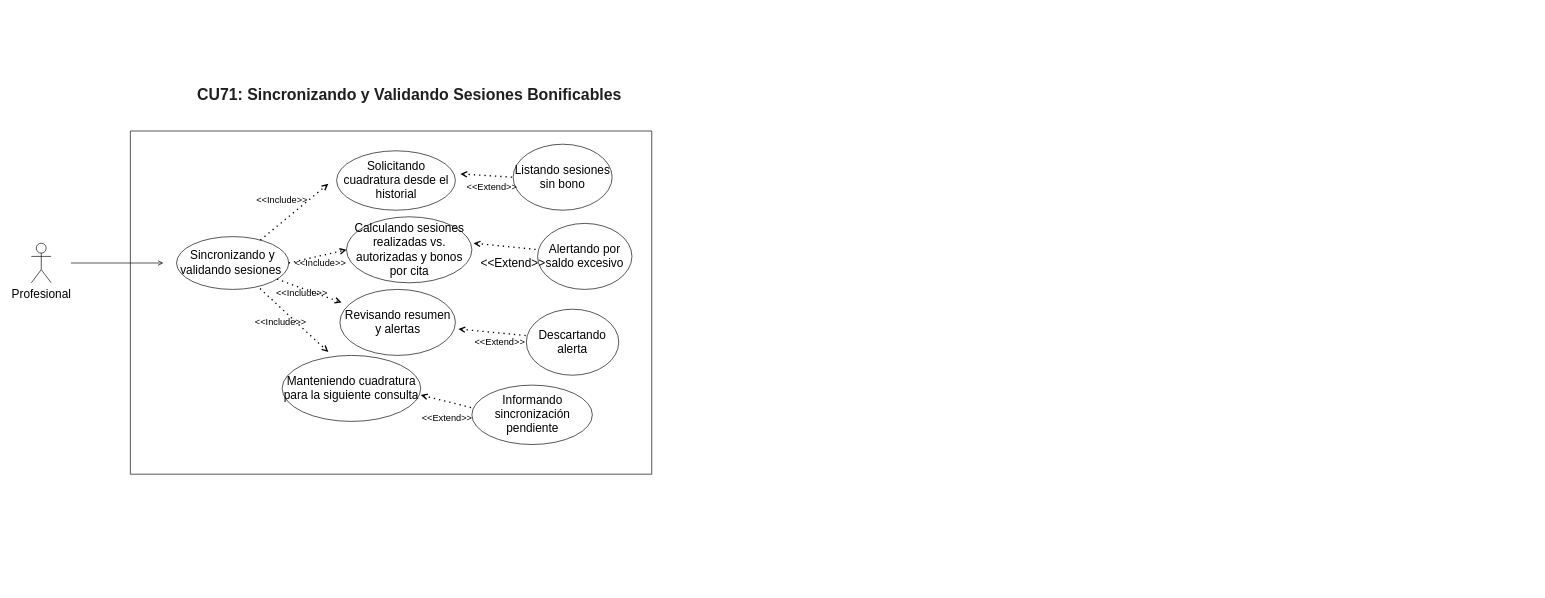
Earlier version of the draw.io diagram Documento 0/Diagramas de CU/CU71.drawio (souln4me/IDS_Documentacion_Grupo17). Source tidied: cells renumbered, new cells numbered last; positions are measured from the earlier drawing's top-left corner, leaving out a move shared by most shapes. Both pictures are drawn from the tidied source at 66%, with x=0, y=0 at pixel (31, 84).
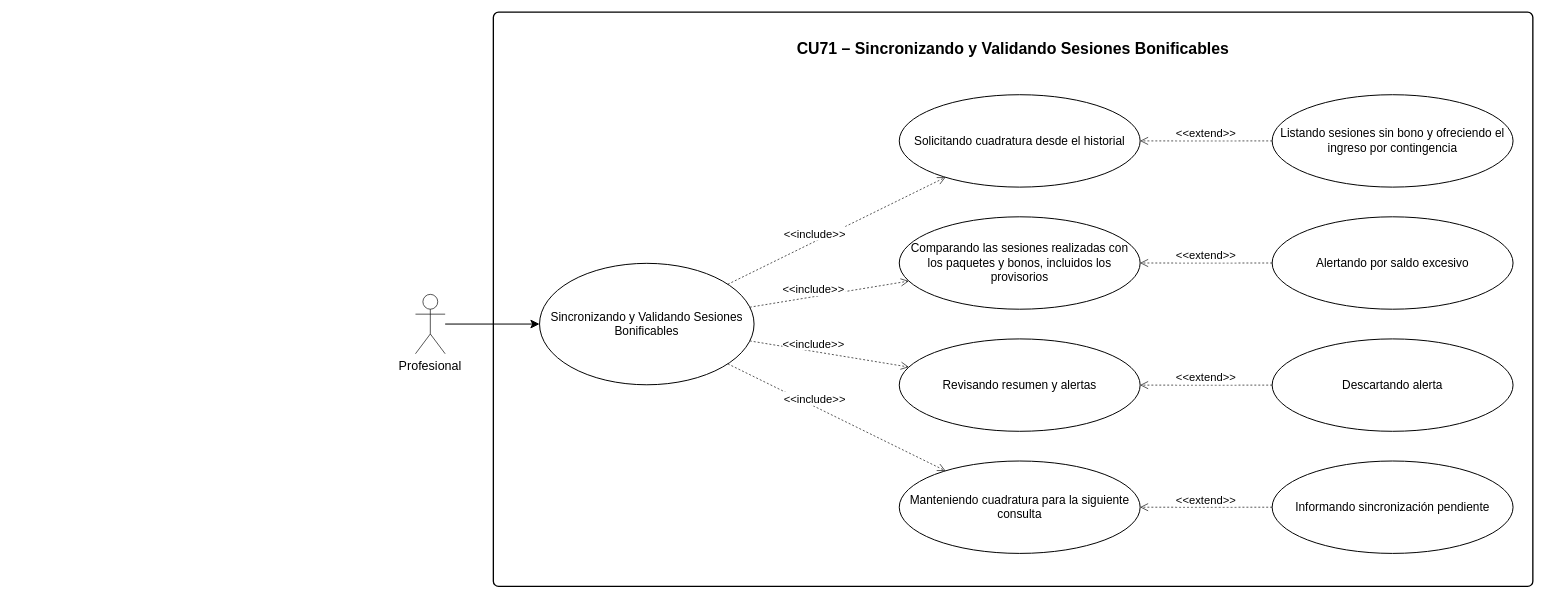
The same diagram, later.

Change to the diagram source:
```diff
@@
-<mxGraphModel>
+<mxGraphModel background="#ffffff">
@@
-    <mxCell id="2" value="&lt;span id=&quot;docs-internal-guid-180e6bc0-7fff-6f07-0175-798519edce1d&quot;&gt;&lt;span style=&quot;font-family: Arial, sans-serif; color: rgb(31, 31, 31); background-color: transparent; font-weight: 700; font-variant-numeric: normal; font-variant-east-asian: normal; font-variant-alternates: normal; font-variant-position: normal; font-variant-emoji: normal; vertical-align: baseline; white-space-collapse: preserve;&quot;&gt;&lt;font style=&quot;font-size: 24px;&quot;&gt;CU71: Sincronizando y Validando Sesiones Bonificables&lt;/font&gt;&lt;/span&gt;&lt;/span&gt;" style="text;html=1;whiteSpace=wrap;strokeColor=none;fillColor=none;align=center;verticalAlign=middle;rounded=0;" parent="1" vertex="1">
-      <mxGeometry x="229.5" width="686" height="30" as="geometry" />
-    </mxCell>
+    <mxCell id="34" style="rounded=1;whiteSpace=wrap;html=0;absoluteArcSize=1;arcSize=16;strokeWidth=2;fillColor=none;strokeColor=#000000;" parent="1" vertex="1">
+      <mxGeometry x="700" y="-110" width="1575" height="870" as="geometry" />
+    </mxCell>
+    <mxCell id="35" value="CU71 – Sincronizando y Validando Sesiones Bonificables" style="text;html=0;align=center;verticalAlign=middle;fontStyle=1;strokeColor=none;fillColor=none;fontSize=24;fontFamily=Arial;fontColor=#000000;" parent="1" vertex="1">
+      <mxGeometry x="730" y="-90" width="1515" height="65" as="geometry" />
+    </mxCell>
+    <mxCell id="36" value="Sincronizando y Validando Sesiones Bonificables" style="ellipse;whiteSpace=wrap;html=0;align=center;verticalAlign=middle;fillColor=#FFFFFF;strokeColor=#000000;strokeWidth=1.5;fontFamily=Arial;fontSize=18;fontColor=#000000;spacing=12;" parent="1" vertex="1">
+      <mxGeometry x="770" y="270.5" width="325" height="184" as="geometry" />
+    </mxCell>
-    <mxCell id="3" value="&lt;font style=&quot;font-size: 18px;&quot;&gt;Profesional&lt;/font&gt;" style="shape=umlActor;verticalLabelPosition=bottom;verticalAlign=top;html=1;outlineConnect=0;" parent="1" vertex="1">
-      <mxGeometry y="240" width="30" height="60" as="geometry" />
+    <mxCell id="3" value="Profesional" style="shape=umlActor;verticalLabelPosition=bottom;verticalAlign=top;html=0;outlineConnect=0;fillColor=#FFFFFF;strokeColor=#000000;fontFamily=Arial;fontSize=19;fontColor=#000000;" parent="1" vertex="1">
+      <mxGeometry x="582" y="317.5" width="45" height="90" as="geometry" />
     </mxCell>
-    <mxCell id="4" style="endArrow=none;html=1;rounded=0;" parent="1" edge="1">
-      <mxGeometry relative="1" as="geometry">
-        <mxPoint x="150" y="590" as="sourcePoint" />
-        <mxPoint x="940" y="590" as="targetPoint" />
-      </mxGeometry>
-    </mxCell>
-    <mxCell id="5" style="endArrow=none;html=1;rounded=0;" parent="1" edge="1">
-      <mxGeometry relative="1" as="geometry">
-        <mxPoint x="150" y="70" as="sourcePoint" />
-        <mxPoint x="940" y="70" as="targetPoint" />
-      </mxGeometry>
-    </mxCell>
-    <mxCell id="6" style="endArrow=none;html=1;rounded=0;" parent="1" edge="1">
-      <mxGeometry relative="1" as="geometry">
-        <mxPoint x="150" y="70" as="sourcePoint" />
-        <mxPoint x="150" y="590" as="targetPoint" />
-      </mxGeometry>
-    </mxCell>
-    <mxCell id="7" style="endArrow=none;html=1;rounded=0;" parent="1" edge="1">
-      <mxGeometry relative="1" as="geometry">
-        <mxPoint x="940" y="70" as="sourcePoint" />
-        <mxPoint x="940" y="590" as="targetPoint" />
-      </mxGeometry>
-    </mxCell>
-    <mxCell id="8" style="endArrow=open;html=1;rounded=0;endFill=0;" parent="1" edge="1">
-      <mxGeometry relative="1" as="geometry">
-        <mxPoint x="60" y="270" as="sourcePoint" />
-        <mxPoint x="200" y="270" as="targetPoint" />
-      </mxGeometry>
-    </mxCell>
-    <mxCell id="9" value="&lt;font style=&quot;font-size: 18px;&quot;&gt;Sincronizando y validando sesiones&amp;nbsp;&lt;/font&gt;" style="ellipse;whiteSpace=wrap;html=1;" parent="1" vertex="1">
-      <mxGeometry x="220" y="230" width="170" height="80" as="geometry" />
-    </mxCell>
-    <mxCell id="10" style="endArrow=open;dashed=1;html=1;dashPattern=1 3;strokeWidth=2;rounded=0;endFill=0;" parent="1" edge="1" source="9">
-      <mxGeometry relative="1" as="geometry">
-        <mxPoint x="450" y="150" as="targetPoint" />
-      </mxGeometry>
-    </mxCell>
-    <mxCell id="11" style="endArrow=open;dashed=1;html=1;dashPattern=1 3;strokeWidth=2;rounded=0;endFill=0;exitX=1;exitY=0.5;exitDx=0;exitDy=0;entryX=0;entryY=0.5;entryDx=0;entryDy=0;" parent="1" edge="1" source="9" target="15">
-      <mxGeometry relative="1" as="geometry" />
-    </mxCell>
-    <mxCell id="12" style="endArrow=open;dashed=1;html=1;dashPattern=1 3;strokeWidth=2;rounded=0;endFill=0;" parent="1" edge="1" source="9">
-      <mxGeometry relative="1" as="geometry">
-        <mxPoint x="470" y="330" as="targetPoint" />
-      </mxGeometry>
-    </mxCell>
-    <mxCell id="13" style="endArrow=open;dashed=1;html=1;dashPattern=1 3;strokeWidth=2;rounded=0;endFill=0;exitX=0.744;exitY=0.984;exitDx=0;exitDy=0;exitPerimeter=0;" parent="1" edge="1" source="9">
-      <mxGeometry relative="1" as="geometry">
-        <mxPoint x="450" y="405" as="targetPoint" />
-      </mxGeometry>
-    </mxCell>
+    <mxCell id="37" style="html=0;endArrow=classic;endSize=10;curved=0;rounded=0;strokeColor=#000000;strokeWidth=1.5;" parent="1" edge="1" source="3" target="36">
+      <mxGeometry relative="1" as="geometry" />
+    </mxCell>
-    <mxCell id="14" value="&lt;font style=&quot;font-size: 18px;&quot;&gt;Solicitando cuadratura desde el historial&lt;/font&gt;" style="ellipse;whiteSpace=wrap;html=1;" parent="1" vertex="1">
-      <mxGeometry x="462.5" y="100" width="180" height="90" as="geometry" />
+    <mxCell id="14" value="Solicitando cuadratura desde el historial" style="ellipse;whiteSpace=wrap;html=0;align=center;verticalAlign=middle;fillColor=#FFFFFF;strokeColor=#000000;strokeWidth=1.5;fontFamily=Arial;fontSize=18;fontColor=#000000;spacing=12;" parent="1" vertex="1">
+      <mxGeometry x="1315" y="15" width="365" height="140" as="geometry" />
     </mxCell>
-    <mxCell id="15" value="&lt;font style=&quot;font-size: 18px;&quot;&gt;Calculando sesiones realizadas vs. autorizadas y bonos por cita&lt;/font&gt;" style="ellipse;whiteSpace=wrap;html=1;" parent="1" vertex="1">
-      <mxGeometry x="477.5" y="200" width="190" height="100" as="geometry" />
-    </mxCell>
+    <mxCell id="38" value="&lt;&lt;include&gt;&gt;" style="html=0;verticalAlign=bottom;endArrow=open;endFill=0;dashed=1;endSize=10;curved=0;rounded=0;strokeColor=#000000;fontColor=#000000;fontFamily=Arial;fontSize=17;labelBackgroundColor=#FFFFFF;" parent="1" edge="1" source="36" target="14">
+      <mxGeometry x="-0.2" relative="1" as="geometry" />
+    </mxCell>
+    <mxCell id="39" value="Comparando las sesiones realizadas con los paquetes y bonos, incluidos los provisorios" style="ellipse;whiteSpace=wrap;html=0;align=center;verticalAlign=middle;fillColor=#FFFFFF;strokeColor=#000000;strokeWidth=1.5;fontFamily=Arial;fontSize=18;fontColor=#000000;spacing=12;" parent="1" vertex="1">
+      <mxGeometry x="1315" y="200" width="365" height="140" as="geometry" />
+    </mxCell>
+    <mxCell id="40" value="&lt;&lt;include&gt;&gt;" style="html=0;verticalAlign=bottom;endArrow=open;endFill=0;dashed=1;endSize=10;curved=0;rounded=0;strokeColor=#000000;fontColor=#000000;fontFamily=Arial;fontSize=17;labelBackgroundColor=#FFFFFF;" parent="1" edge="1" source="36" target="39">
+      <mxGeometry x="-0.2" relative="1" as="geometry" />
+    </mxCell>
+    <mxCell id="19" value="Revisando resumen y alertas" style="ellipse;whiteSpace=wrap;html=0;align=center;verticalAlign=middle;fillColor=#FFFFFF;strokeColor=#000000;strokeWidth=1.5;fontFamily=Arial;fontSize=18;fontColor=#000000;spacing=12;" parent="1" vertex="1">
+      <mxGeometry x="1315" y="385" width="365" height="140" as="geometry" />
+    </mxCell>
+    <mxCell id="41" value="&lt;&lt;include&gt;&gt;" style="html=0;verticalAlign=bottom;endArrow=open;endFill=0;dashed=1;endSize=10;curved=0;rounded=0;strokeColor=#000000;fontColor=#000000;fontFamily=Arial;fontSize=17;labelBackgroundColor=#FFFFFF;" parent="1" edge="1" source="36" target="19">
+      <mxGeometry x="-0.2" relative="1" as="geometry" />
+    </mxCell>
-    <mxCell id="16" value="&lt;font style=&quot;font-size: 18px;&quot;&gt;Manteniendo cuadratura para la siguiente consulta&lt;/font&gt;" style="ellipse;whiteSpace=wrap;html=1;" parent="1" vertex="1">
-      <mxGeometry x="380" y="410" width="210" height="100" as="geometry" />
+    <mxCell id="16" value="Manteniendo cuadratura para la siguiente consulta" style="ellipse;whiteSpace=wrap;html=0;align=center;verticalAlign=middle;fillColor=#FFFFFF;strokeColor=#000000;strokeWidth=1.5;fontFamily=Arial;fontSize=18;fontColor=#000000;spacing=12;" parent="1" vertex="1">
+      <mxGeometry x="1315" y="570" width="365" height="140" as="geometry" />
     </mxCell>
+    <mxCell id="42" value="&lt;&lt;include&gt;&gt;" style="html=0;verticalAlign=bottom;endArrow=open;endFill=0;dashed=1;endSize=10;curved=0;rounded=0;strokeColor=#000000;fontColor=#000000;fontFamily=Arial;fontSize=17;labelBackgroundColor=#FFFFFF;" parent="1" edge="1" source="36" target="16">
+      <mxGeometry x="-0.2" relative="1" as="geometry" />
+    </mxCell>
+    <mxCell id="43" value="Listando sesiones sin bono y ofreciendo el ingreso por contingencia" style="ellipse;whiteSpace=wrap;html=0;align=center;verticalAlign=middle;fillColor=#FFFFFF;strokeColor=#000000;strokeWidth=1.5;fontFamily=Arial;fontSize=18;fontColor=#000000;spacing=12;" parent="1" vertex="1">
+      <mxGeometry x="1880" y="15" width="365" height="140" as="geometry" />
+    </mxCell>
+    <mxCell id="44" value="&lt;&lt;extend&gt;&gt;" style="html=0;verticalAlign=bottom;endArrow=open;endFill=0;dashed=1;endSize=10;curved=0;rounded=0;strokeColor=#000000;fontColor=#000000;fontFamily=Arial;fontSize=17;labelBackgroundColor=#FFFFFF;" parent="1" edge="1" source="43" target="14">
+      <mxGeometry relative="1" as="geometry" />
+    </mxCell>
+    <mxCell id="18" value="Alertando por saldo excesivo" style="ellipse;whiteSpace=wrap;html=0;align=center;verticalAlign=middle;fillColor=#FFFFFF;strokeColor=#000000;strokeWidth=1.5;fontFamily=Arial;fontSize=18;fontColor=#000000;spacing=12;" parent="1" vertex="1">
+      <mxGeometry x="1880" y="200" width="365" height="140" as="geometry" />
+    </mxCell>
+    <mxCell id="45" value="&lt;&lt;extend&gt;&gt;" style="html=0;verticalAlign=bottom;endArrow=open;endFill=0;dashed=1;endSize=10;curved=0;rounded=0;strokeColor=#000000;fontColor=#000000;fontFamily=Arial;fontSize=17;labelBackgroundColor=#FFFFFF;" parent="1" edge="1" source="18" target="39">
+      <mxGeometry relative="1" as="geometry" />
+    </mxCell>
-    <mxCell id="17" value="&lt;font style=&quot;font-size: 18px;&quot;&gt;Descartando alerta&lt;/font&gt;" style="ellipse;whiteSpace=wrap;html=1;" parent="1" vertex="1">
-      <mxGeometry x="750" y="340" width="140" height="100" as="geometry" />
+    <mxCell id="17" value="Descartando alerta" style="ellipse;whiteSpace=wrap;html=0;align=center;verticalAlign=middle;fillColor=#FFFFFF;strokeColor=#000000;strokeWidth=1.5;fontFamily=Arial;fontSize=18;fontColor=#000000;spacing=12;" parent="1" vertex="1">
+      <mxGeometry x="1880" y="385" width="365" height="140" as="geometry" />
     </mxCell>
-    <mxCell id="18" value="&lt;font style=&quot;font-size: 18px;&quot;&gt;Alertando por saldo excesivo&lt;/font&gt;" style="ellipse;whiteSpace=wrap;html=1;" parent="1" vertex="1">
-      <mxGeometry x="767" y="210" width="143" height="100" as="geometry" />
-    </mxCell>
-    <mxCell id="19" value="&lt;font style=&quot;font-size: 18px;&quot;&gt;Revisando resumen y alertas&lt;/font&gt;" style="ellipse;whiteSpace=wrap;html=1;" parent="1" vertex="1">
-      <mxGeometry x="467.5" y="310" width="175" height="100" as="geometry" />
-    </mxCell>
-    <mxCell id="20" value="&lt;font style=&quot;font-size: 18px;&quot;&gt;Listando sesiones sin bono&lt;/font&gt;" style="ellipse;whiteSpace=wrap;html=1;" parent="1" vertex="1">
-      <mxGeometry x="730" y="90" width="150" height="100" as="geometry" />
-    </mxCell>
+    <mxCell id="46" value="&lt;&lt;extend&gt;&gt;" style="html=0;verticalAlign=bottom;endArrow=open;endFill=0;dashed=1;endSize=10;curved=0;rounded=0;strokeColor=#000000;fontColor=#000000;fontFamily=Arial;fontSize=17;labelBackgroundColor=#FFFFFF;" parent="1" edge="1" source="17" target="19">
+      <mxGeometry relative="1" as="geometry" />
+    </mxCell>
-    <mxCell id="21" value="&lt;font style=&quot;font-size: 18px;&quot;&gt;Informando sincronización pendiente&lt;/font&gt;" style="ellipse;whiteSpace=wrap;html=1;" parent="1" vertex="1">
-      <mxGeometry x="667.5" y="455" width="182.5" height="90" as="geometry" />
+    <mxCell id="21" value="Informando sincronización pendiente" style="ellipse;whiteSpace=wrap;html=0;align=center;verticalAlign=middle;fillColor=#FFFFFF;strokeColor=#000000;strokeWidth=1.5;fontFamily=Arial;fontSize=18;fontColor=#000000;spacing=12;" parent="1" vertex="1">
+      <mxGeometry x="1880" y="570" width="365" height="140" as="geometry" />
     </mxCell>
-    <mxCell id="22" style="endArrow=none;dashed=1;html=1;dashPattern=1 3;strokeWidth=2;rounded=0;startArrow=open;startFill=0;" parent="1" edge="1">
-      <mxGeometry relative="1" as="geometry">
-        <mxPoint x="670" y="240" as="sourcePoint" />
-        <mxPoint x="770" y="250" as="targetPoint" />
-      </mxGeometry>
-    </mxCell>
-    <mxCell id="23" style="endArrow=none;dashed=1;html=1;dashPattern=1 3;strokeWidth=2;rounded=0;startArrow=open;startFill=0;entryX=0;entryY=0.5;entryDx=0;entryDy=0;" parent="1" edge="1" target="20">
-      <mxGeometry relative="1" as="geometry">
-        <mxPoint x="650" y="135" as="sourcePoint" />
-      </mxGeometry>
-    </mxCell>
-    <mxCell id="24" style="endArrow=none;dashed=1;html=1;dashPattern=1 3;strokeWidth=2;rounded=0;startArrow=open;startFill=0;" parent="1" edge="1">
-      <mxGeometry relative="1" as="geometry">
-        <mxPoint x="647" y="370" as="sourcePoint" />
-        <mxPoint x="750" y="380" as="targetPoint" />
-      </mxGeometry>
-    </mxCell>
-    <mxCell id="25" style="endArrow=none;dashed=1;html=1;dashPattern=1 3;strokeWidth=2;rounded=0;startArrow=open;startFill=0;" parent="1" edge="1">
-      <mxGeometry relative="1" as="geometry">
-        <mxPoint x="590" y="470" as="sourcePoint" />
-        <mxPoint x="670" y="490" as="targetPoint" />
-      </mxGeometry>
-    </mxCell>
-    <mxCell id="26" value="&lt;font style=&quot;font-size: 14px;&quot;&gt;&amp;lt;&amp;lt;Include&amp;gt;&amp;gt;&lt;/font&gt;" style="text;html=1;whiteSpace=wrap;strokeColor=none;fillColor=none;align=center;verticalAlign=middle;rounded=0;" parent="1" vertex="1">
-      <mxGeometry x="347.5" y="345" width="60" height="30" as="geometry" />
-    </mxCell>
-    <mxCell id="27" value="&lt;font style=&quot;font-size: 14px;&quot;&gt;&amp;lt;&amp;lt;Include&amp;gt;&amp;gt;&lt;/font&gt;" style="text;html=1;whiteSpace=wrap;strokeColor=none;fillColor=none;align=center;verticalAlign=middle;rounded=0;" parent="1" vertex="1">
-      <mxGeometry x="407.5" y="255" width="60" height="30" as="geometry" />
-    </mxCell>
-    <mxCell id="28" value="&lt;font style=&quot;font-size: 14px;&quot;&gt;&amp;lt;&amp;lt;Include&amp;gt;&amp;gt;&lt;/font&gt;" style="text;html=1;whiteSpace=wrap;strokeColor=none;fillColor=none;align=center;verticalAlign=middle;rounded=0;" parent="1" vertex="1">
-      <mxGeometry x="380" y="300" width="60" height="30" as="geometry" />
-    </mxCell>
-    <mxCell id="29" value="&lt;font style=&quot;font-size: 14px;&quot;&gt;&amp;lt;&amp;lt;Include&amp;gt;&amp;gt;&lt;/font&gt;" style="text;html=1;whiteSpace=wrap;strokeColor=none;fillColor=none;align=center;verticalAlign=middle;rounded=0;" parent="1" vertex="1">
-      <mxGeometry x="350" y="160" width="60" height="30" as="geometry" />
-    </mxCell>
-    <mxCell id="30" value="&lt;font style=&quot;font-size: 14px;&quot;&gt;&amp;lt;&amp;lt;Extend&amp;gt;&amp;gt;&lt;/font&gt;" style="text;html=1;whiteSpace=wrap;strokeColor=none;fillColor=none;align=center;verticalAlign=middle;rounded=0;" parent="1" vertex="1">
-      <mxGeometry x="667.5" y="140" width="60" height="30" as="geometry" />
-    </mxCell>
-    <mxCell id="31" value="&lt;font style=&quot;font-size: 14px;&quot;&gt;&amp;lt;&amp;lt;Extend&amp;gt;&amp;gt;&lt;/font&gt;" style="text;html=1;whiteSpace=wrap;strokeColor=none;fillColor=none;align=center;verticalAlign=middle;rounded=0;" parent="1" vertex="1">
-      <mxGeometry x="600" y="490" width="60" height="30" as="geometry" />
-    </mxCell>
-    <mxCell id="32" value="&lt;font style=&quot;font-size: 14px;&quot;&gt;&amp;lt;&amp;lt;Extend&amp;gt;&amp;gt;&lt;/font&gt;" style="text;html=1;whiteSpace=wrap;strokeColor=none;fillColor=none;align=center;verticalAlign=middle;rounded=0;" parent="1" vertex="1">
-      <mxGeometry x="680" y="375" width="60" height="30" as="geometry" />
-    </mxCell>
-    <mxCell id="33" value="&lt;font style=&quot;font-size: 18px;&quot;&gt;&amp;lt;&amp;lt;Extend&amp;gt;&amp;gt;&lt;/font&gt;" style="text;html=1;whiteSpace=wrap;strokeColor=none;fillColor=none;align=center;verticalAlign=middle;rounded=0;" parent="1" vertex="1">
-      <mxGeometry x="700" y="255" width="60" height="30" as="geometry" />
-    </mxCell>
+    <mxCell id="47" value="&lt;&lt;extend&gt;&gt;" style="html=0;verticalAlign=bottom;endArrow=open;endFill=0;dashed=1;endSize=10;curved=0;rounded=0;strokeColor=#000000;fontColor=#000000;fontFamily=Arial;fontSize=17;labelBackgroundColor=#FFFFFF;" parent="1" edge="1" source="21" target="16">
+      <mxGeometry relative="1" as="geometry" />
+    </mxCell>
```
